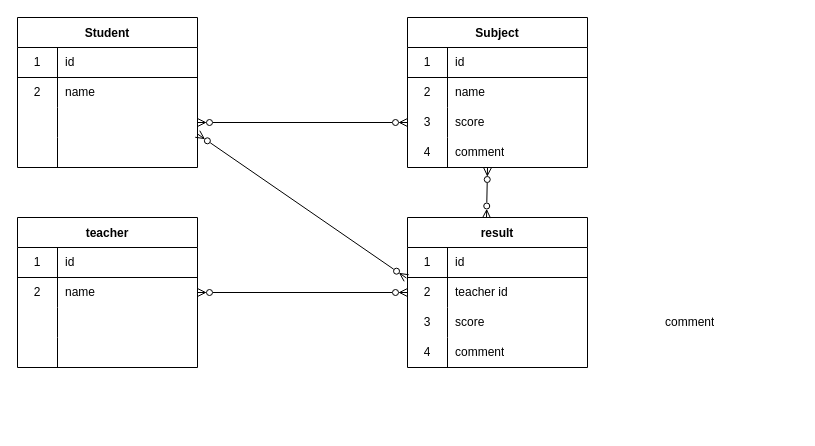
This is index.drawio from DaisukeShigematsu/20220419shigematsu, a draw.io file, before an edit. Source tidied: cells renumbered, new cells numbered last; positions are measured from the earlier drawing's top-left corner, leaving out a move shared by most shapes. Both pictures are drawn from the tidied source at 100%, with x=0, y=0 at pixel (17, 17).
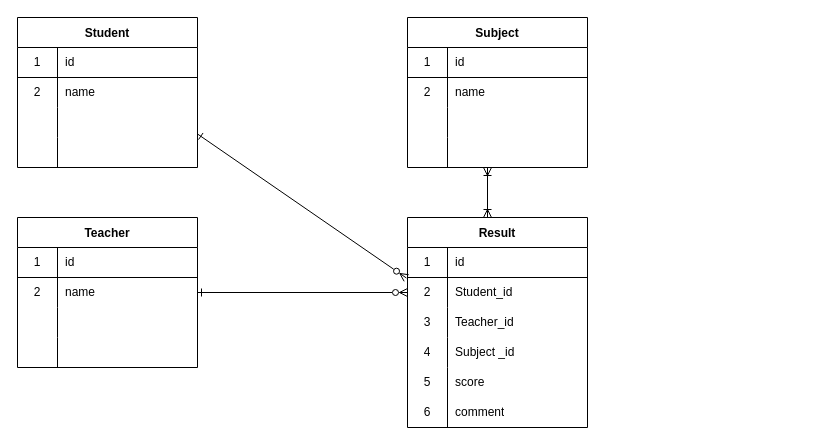
The same page after the edit.

The change refers to these unchanged cells:
```xml
<mxCell id="9" style="shape=partialRectangle;html=1;whiteSpace=wrap;fillColor=none;top=0;left=0;bottom=0;right=0;points=[[0,0.5],[1,0.5]];portConstraint=eastwest;" parent="2" vertex="1">
  <mxGeometry y="90" width="180" height="30" as="geometry" />
</mxCell>
<mxCell id="19" style="shape=partialRectangle;html=1;whiteSpace=wrap;fillColor=none;top=0;left=0;bottom=0;right=0;points=[[0,0.5],[1,0.5]];portConstraint=eastwest;" parent="12" vertex="1">
  <mxGeometry y="90" width="180" height="30" as="geometry" />
</mxCell>
<mxCell id="26" style="shape=partialRectangle;html=1;whiteSpace=wrap;fillColor=none;top=0;left=0;bottom=0;right=0;points=[[0,0.5],[1,0.5]];portConstraint=eastwest;" parent="22" vertex="1">
  <mxGeometry y="60" width="180" height="30" as="geometry" />
</mxCell>
<mxCell id="37" style="shape=partialRectangle;html=1;whiteSpace=wrap;fillColor=none;top=0;left=0;bottom=0;right=0;points=[[0,0.5],[1,0.5]];portConstraint=eastwest;" parent="33" vertex="1">
  <mxGeometry y="60" width="180" height="30" as="geometry" />
</mxCell>
<mxCell id="40" style="shape=partialRectangle;html=1;whiteSpace=wrap;fillColor=none;top=0;left=0;bottom=0;right=0;" parent="33" vertex="1">
  <mxGeometry y="90" width="180" height="30" as="geometry" />
</mxCell>
```

What changed in the source:
```diff
@@
-    <mxCell id="20" value="3" style="shape=partialRectangle;html=1;whiteSpace=wrap;fillColor=none;top=0;left=0;bottom=0;right=0;overflow=hidden;" parent="19" vertex="1">
+    <mxCell id="20" style="shape=partialRectangle;html=1;whiteSpace=wrap;fillColor=none;top=0;left=0;bottom=0;right=0;overflow=hidden;" parent="19" vertex="1">
       <mxGeometry width="40" height="30" as="geometry" />
     </mxCell>
-    <mxCell id="21" value="score" style="shape=partialRectangle;html=1;whiteSpace=wrap;fillColor=none;top=0;left=0;bottom=0;right=0;align=left;spacingLeft=6;overflow=hidden;" parent="19" vertex="1">
+    <mxCell id="21" style="shape=partialRectangle;html=1;whiteSpace=wrap;fillColor=none;top=0;left=0;bottom=0;right=0;align=left;spacingLeft=6;overflow=hidden;" parent="19" vertex="1">
       <mxGeometry x="40" width="140" height="30" as="geometry" />
     </mxCell>
-    <mxCell id="22" value="teacher" style="shape=table;startSize=30;childLayout=tableLayout;rowLines=0;fontStyle=1;align=center;" parent="1" vertex="1">
+    <mxCell id="22" value="Teacher" style="shape=table;startSize=30;childLayout=tableLayout;rowLines=0;fontStyle=1;align=center;" parent="1" vertex="1">
       <mxGeometry y="200" width="180" height="150" as="geometry" />
     </mxCell>
@@
-    <mxCell id="32" style="endArrow=ERzeroToMany;startArrow=ERzeroToMany;html=1;exitX=1;exitY=0.5;exitDx=0;exitDy=0;entryX=0;entryY=0.5;entryDx=0;entryDy=0;startFill=0;endFill=0;" parent="1" edge="1" source="26">
+    <mxCell id="32" style="endArrow=ERzeroToMany;startArrow=ERone;html=1;exitX=1;exitY=0.5;exitDx=0;exitDy=0;entryX=0;entryY=0.5;entryDx=0;entryDy=0;startFill=0;endFill=0;" parent="1" edge="1" source="26">
       <mxGeometry relative="1" as="geometry">
         <mxPoint x="390" y="275" as="targetPoint" />
       </mxGeometry>
     </mxCell>
-    <mxCell id="33" value="result" style="shape=table;startSize=30;childLayout=tableLayout;rowLines=0;fontStyle=1;align=center;" parent="1" vertex="1">
-      <mxGeometry x="390" y="200" width="180" height="150" as="geometry" />
+    <mxCell id="33" value="Result" style="shape=table;startSize=30;childLayout=tableLayout;rowLines=0;fontStyle=1;align=center;" parent="1" vertex="1">
+      <mxGeometry x="390" y="200" width="180" height="210" as="geometry" />
     </mxCell>
@@
-    <mxCell id="39" value="teacher id" style="shape=partialRectangle;html=1;whiteSpace=wrap;fillColor=none;top=0;left=0;bottom=0;right=0;align=left;spacingLeft=6;overflow=hidden;" parent="37" vertex="1">
+    <mxCell id="39" value="Student_id&amp;nbsp;" style="shape=partialRectangle;html=1;whiteSpace=wrap;fillColor=none;top=0;left=0;bottom=0;right=0;align=left;spacingLeft=6;overflow=hidden;" parent="37" vertex="1">
       <mxGeometry x="40" width="140" height="30" as="geometry" />
     </mxCell>
@@
-    <mxCell id="42" style="shape=partialRectangle;html=1;whiteSpace=wrap;fillColor=none;top=0;left=0;bottom=0;right=0;align=left;spacingLeft=6;overflow=hidden;" parent="40" vertex="1">
+    <mxCell id="42" value="Teacher_id&amp;nbsp;" style="shape=partialRectangle;html=1;whiteSpace=wrap;fillColor=none;top=0;left=0;bottom=0;right=0;align=left;spacingLeft=6;overflow=hidden;" parent="40" vertex="1">
       <mxGeometry x="40" width="140" height="30" as="geometry" />
     </mxCell>
@@
-    <mxCell id="44" value="comment" style="shape=partialRectangle;html=1;whiteSpace=wrap;fillColor=none;top=0;left=0;bottom=0;right=0;align=left;spacingLeft=6;overflow=hidden;" parent="1" vertex="1">
-      <mxGeometry x="640" y="290" width="140" height="30" as="geometry" />
-    </mxCell>
-    <mxCell id="45" style="endArrow=ERzeroToMany;startArrow=ERzeroToMany;html=1;entryX=0;entryY=0.5;entryDx=0;entryDy=0;exitX=1;exitY=0.5;exitDx=0;exitDy=0;startFill=0;endFill=0;" parent="1" edge="1" source="9" target="19">
-      <mxGeometry relative="1" as="geometry" />
-    </mxCell>
@@
-    <mxCell id="47" style="endArrow=ERzeroToMany;startArrow=ERzeroToMany;html=1;exitX=0.439;exitY=0.003;exitDx=0;exitDy=0;exitPerimeter=0;endFill=0;startFill=0;" parent="1" edge="1">
+    <mxCell id="47" style="endArrow=ERoneToMany;startArrow=ERoneToMany;html=1;endFill=0;startFill=0;" parent="1" edge="1">
       <mxGeometry relative="1" as="geometry">
-        <mxPoint x="469" y="200.5" as="sourcePoint" />
+        <mxPoint x="470" y="200" as="sourcePoint" />
         <mxPoint x="470" y="150" as="targetPoint" />
       </mxGeometry>
     </mxCell>
-    <mxCell id="48" value="4" style="shape=partialRectangle;html=1;whiteSpace=wrap;fillColor=none;top=0;left=0;bottom=0;right=0;overflow=hidden;" parent="1" vertex="1">
-      <mxGeometry x="390" y="120" width="40" height="30" as="geometry" />
-    </mxCell>
@@
-    <mxCell id="50" value="comment" style="shape=partialRectangle;html=1;whiteSpace=wrap;fillColor=none;top=0;left=0;bottom=0;right=0;align=left;spacingLeft=6;overflow=hidden;" parent="1" vertex="1">
-      <mxGeometry x="430" y="120" width="140" height="30" as="geometry" />
-    </mxCell>
@@
-    <mxCell id="52" style="endArrow=ERzeroToMany;startArrow=ERzeroToMany;html=1;exitX=1;exitY=0.883;exitDx=0;exitDy=0;exitPerimeter=0;entryX=-0.006;entryY=0.017;entryDx=0;entryDy=0;entryPerimeter=0;startFill=0;endFill=0;" parent="1" edge="1" source="9" target="37">
+    <mxCell id="52" style="endArrow=ERzeroToMany;startArrow=ERone;html=1;exitX=1;exitY=0.883;exitDx=0;exitDy=0;exitPerimeter=0;entryX=-0.006;entryY=0.017;entryDx=0;entryDy=0;entryPerimeter=0;startFill=0;endFill=0;" parent="1" edge="1" source="9" target="37">
       <mxGeometry relative="1" as="geometry" />
     </mxCell>
-    <mxCell id="53" style="shape=partialRectangle;html=1;whiteSpace=wrap;fillColor=none;top=0;left=0;bottom=0;right=0;" parent="1" vertex="1">
-      <mxGeometry x="390" y="290" width="180" height="30" as="geometry" />
-    </mxCell>
-    <mxCell id="54" value="3" style="shape=partialRectangle;html=1;whiteSpace=wrap;fillColor=none;top=0;left=0;bottom=0;right=0;overflow=hidden;" parent="53" vertex="1">
-      <mxGeometry width="40" height="30" as="geometry" />
+    <mxCell id="54" value="3" style="shape=partialRectangle;html=1;whiteSpace=wrap;fillColor=none;top=0;left=0;bottom=0;right=0;overflow=hidden;" parent="1" vertex="1">
+      <mxGeometry x="390" y="290" width="40" height="30" as="geometry" />
     </mxCell>
+    <mxCell id="58" value="4" style="shape=partialRectangle;html=1;whiteSpace=wrap;fillColor=none;top=0;left=0;bottom=0;right=0;overflow=hidden;" parent="1" vertex="1">
+      <mxGeometry x="390" y="320" width="40" height="30" as="geometry" />
+    </mxCell>
+    <mxCell id="59" value="5" style="shape=partialRectangle;html=1;whiteSpace=wrap;fillColor=none;top=0;left=0;bottom=0;right=0;overflow=hidden;" parent="1" vertex="1">
+      <mxGeometry x="390" y="350" width="40" height="30" as="geometry" />
+    </mxCell>
+    <mxCell id="60" value="Subject _id" style="shape=partialRectangle;html=1;whiteSpace=wrap;fillColor=none;top=0;left=0;bottom=0;right=0;align=left;spacingLeft=6;overflow=hidden;" parent="1" vertex="1">
+      <mxGeometry x="430" y="320" width="140" height="30" as="geometry" />
+    </mxCell>
-    <mxCell id="55" value="score" style="shape=partialRectangle;html=1;whiteSpace=wrap;fillColor=none;top=0;left=0;bottom=0;right=0;align=left;spacingLeft=6;overflow=hidden;" parent="53" vertex="1">
-      <mxGeometry x="40" width="140" height="30" as="geometry" />
+    <mxCell id="55" value="score" style="shape=partialRectangle;html=1;whiteSpace=wrap;fillColor=none;top=0;left=0;bottom=0;right=0;align=left;spacingLeft=6;overflow=hidden;" parent="1" vertex="1">
+      <mxGeometry x="430" y="350" width="140" height="30" as="geometry" />
     </mxCell>
-    <mxCell id="56" value="4" style="shape=partialRectangle;html=1;whiteSpace=wrap;fillColor=none;top=0;left=0;bottom=0;right=0;overflow=hidden;" parent="1" vertex="1">
-      <mxGeometry x="390" y="320" width="40" height="30" as="geometry" />
-    </mxCell>
-    <mxCell id="57" value="comment" style="shape=partialRectangle;html=1;whiteSpace=wrap;fillColor=none;top=0;left=0;bottom=0;right=0;align=left;spacingLeft=6;overflow=hidden;" parent="1" vertex="1">
-      <mxGeometry x="430" y="320" width="140" height="30" as="geometry" />
-    </mxCell>
+    <mxCell id="61" style="endArrow=none;html=1;" parent="1" edge="1">
+      <mxGeometry relative="1" as="geometry">
+        <mxPoint x="430" y="410" as="sourcePoint" />
+        <mxPoint x="430" y="350" as="targetPoint" />
+      </mxGeometry>
+    </mxCell>
+    <mxCell id="62" value="6" style="shape=partialRectangle;html=1;whiteSpace=wrap;fillColor=none;top=0;left=0;bottom=0;right=0;overflow=hidden;" parent="1" vertex="1">
+      <mxGeometry x="390" y="380" width="40" height="30" as="geometry" />
+    </mxCell>
+    <mxCell id="63" value="comment" style="shape=partialRectangle;html=1;whiteSpace=wrap;fillColor=none;top=0;left=0;bottom=0;right=0;align=left;spacingLeft=6;overflow=hidden;" parent="1" vertex="1">
+      <mxGeometry x="430" y="380" width="140" height="30" as="geometry" />
+    </mxCell>
```
